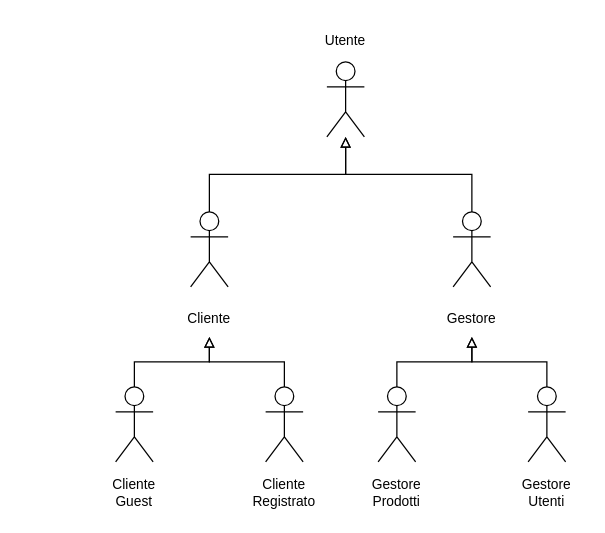
The draw.io diagram Documenti progetto/Utenti.drawio in AlfredoUNISA/SecondLifeTech, before the edit. Source tidied: cells renumbered, new cells numbered last; positions are measured from the earlier drawing's top-left corner, leaving out a move shared by most shapes. Both pictures are drawn from the tidied source at 125%, with x=0, y=0 at pixel (96, 21).
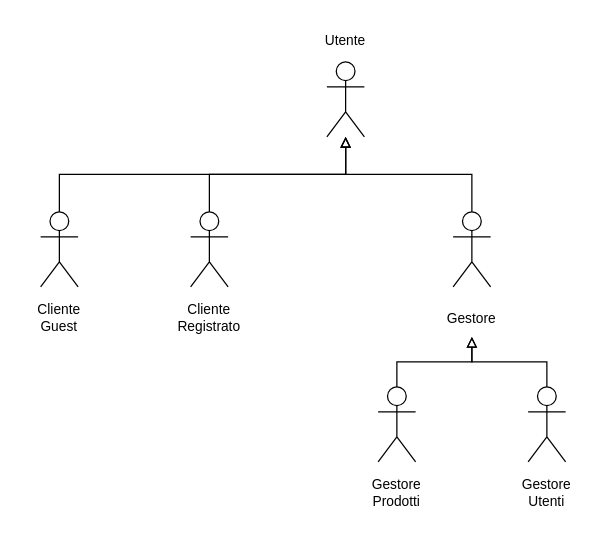
After the change.

Unchanged cells that the change refers to:
```xml
<mxCell id="3" style="shape=umlActor;verticalLabelPosition=bottom;verticalAlign=top;html=1;outlineConnect=0;" parent="2" vertex="1">
  <mxGeometry x="15" y="32" width="30" height="60" as="geometry" />
</mxCell>
<mxCell id="5" style="group;" parent="1" vertex="1">
  <mxGeometry x="60" y="152" width="60" height="100" as="geometry" />
</mxCell>
<mxCell id="14" style="shape=umlActor;verticalLabelPosition=bottom;verticalAlign=top;html=1;outlineConnect=0;" parent="13" vertex="1">
  <mxGeometry x="15" width="30" height="60" as="geometry" />
</mxCell>
```

Diff of the diagram source:
```diff
@@
-    <mxCell id="7" value="Cliente" style="text;html=1;strokeColor=none;fillColor=none;align=center;verticalAlign=middle;whiteSpace=wrap;rounded=0;fontSize=11;" parent="5" vertex="1">
+    <mxCell id="7" value="Cliente&lt;br&gt;Registrato" style="text;html=1;strokeColor=none;fillColor=none;align=center;verticalAlign=middle;whiteSpace=wrap;rounded=0;fontSize=11;" parent="5" vertex="1">
       <mxGeometry y="70" width="60" height="30" as="geometry" />
     </mxCell>
@@
     <mxCell id="13" style="group;" parent="1" vertex="1">
-      <mxGeometry y="292" width="60" height="100" as="geometry" />
+      <mxGeometry x="-60" y="152" width="60" height="100" as="geometry" />
     </mxCell>
@@
-    <mxCell id="22" style="edgeStyle=orthogonalEdgeStyle;rounded=0;jettySize=auto;html=1;exitX=0.5;exitY=0;exitDx=0;exitDy=0;exitPerimeter=0;endArrow=block;endFill=0;" parent="1" edge="1" source="14" target="7">
-      <mxGeometry relative="1" as="geometry" />
-    </mxCell>
-    <mxCell id="23" style="group;" parent="1" vertex="1">
-      <mxGeometry x="120" y="292" width="60" height="100" as="geometry" />
-    </mxCell>
-    <mxCell id="24" style="shape=umlActor;verticalLabelPosition=bottom;verticalAlign=top;html=1;outlineConnect=0;" parent="23" vertex="1">
-      <mxGeometry x="15" width="30" height="60" as="geometry" />
-    </mxCell>
-    <mxCell id="25" value="Cliente&lt;br&gt;Registrato" style="text;html=1;strokeColor=none;fillColor=none;align=center;verticalAlign=middle;whiteSpace=wrap;rounded=0;fontSize=11;" parent="23" vertex="1">
-      <mxGeometry y="70" width="60" height="30" as="geometry" />
-    </mxCell>
-    <mxCell id="26" style="edgeStyle=orthogonalEdgeStyle;rounded=0;jettySize=auto;html=1;exitX=0.5;exitY=0;exitDx=0;exitDy=0;exitPerimeter=0;entryX=0.5;entryY=1;entryDx=0;entryDy=0;endArrow=block;endFill=0;" parent="1" edge="1" source="24" target="7">
-      <mxGeometry relative="1" as="geometry" />
-    </mxCell>
@@
+    <mxCell id="29" style="edgeStyle=orthogonalEdgeStyle;rounded=0;jettySize=auto;html=1;exitX=0.5;exitY=0;exitDx=0;exitDy=0;exitPerimeter=0;endArrow=block;endFill=0;" parent="1" edge="1" source="14" target="3">
+      <mxGeometry relative="1" as="geometry" />
+    </mxCell>
```
